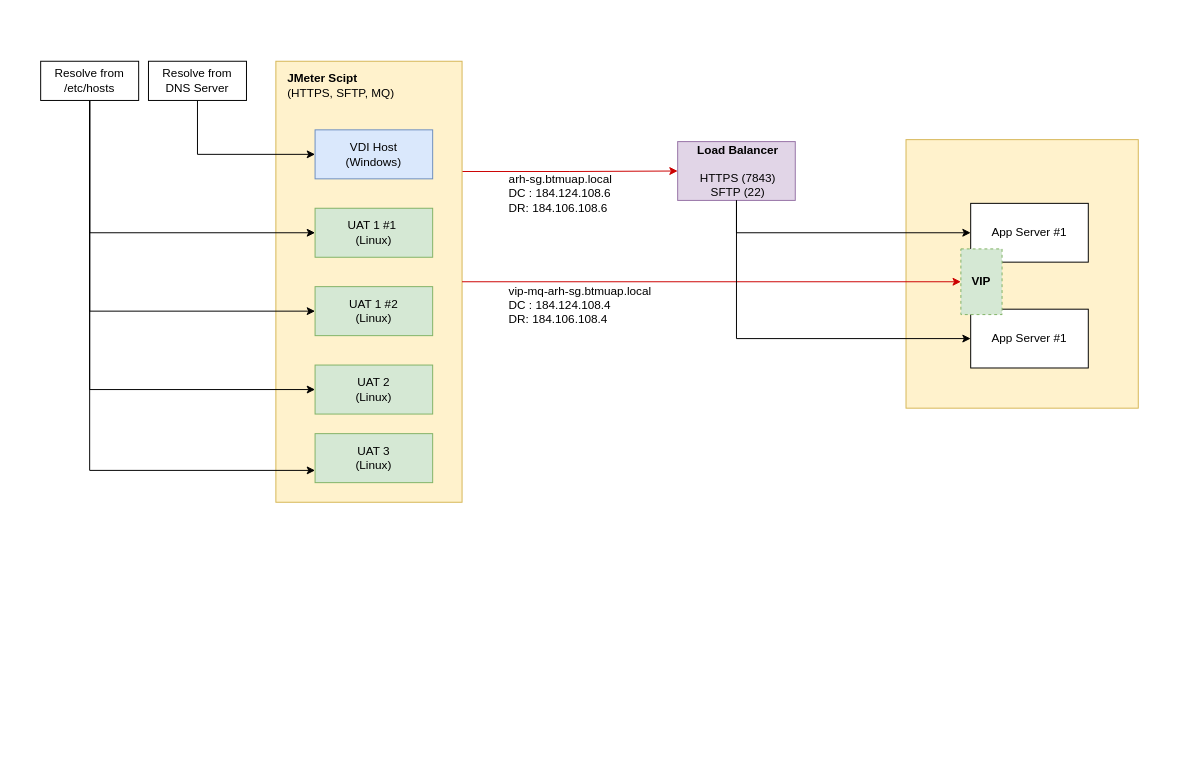
Before: Resiliance Test.drawio in m-arson/anko, a draw.io diagram. Source tidied: cells renumbered, new cells numbered last; positions are measured from the earlier drawing's top-left corner, leaving out a move shared by most shapes. Both pictures are drawn from the tidied source at 98%, with x=0, y=0 at pixel (40, 61).
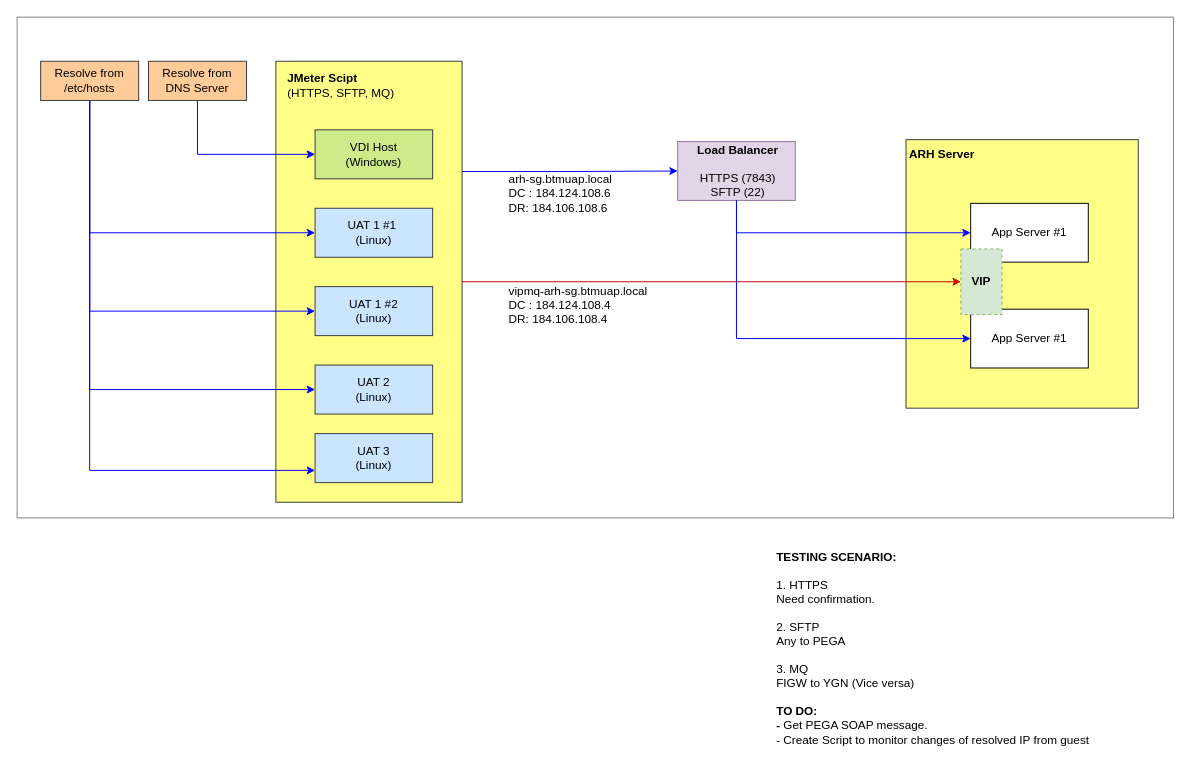
The same diagram, later.

The change refers to these unchanged cells:
```xml
<mxCell id="17" value="&lt;b&gt;&amp;nbsp;Load Balancer&lt;/b&gt;&lt;div&gt;&lt;b&gt;&lt;br&gt;&lt;/b&gt;&lt;div&gt;&lt;div&gt;&amp;nbsp;HTTPS (7843)&lt;/div&gt;&lt;div&gt;&amp;nbsp;SFTP (22&lt;span style=&quot;background-color: transparent; color: light-dark(rgb(0, 0, 0), rgb(255, 255, 255));&quot;&gt;)&lt;/span&gt;&lt;/div&gt;&lt;/div&gt;&lt;/div&gt;" style="rounded=0;whiteSpace=wrap;html=1;align=center;fillColor=#e1d5e7;strokeColor=#9673a6;" parent="1" vertex="1">
  <mxGeometry x="650" y="82" width="120" height="60" as="geometry" />
</mxCell>
<mxCell id="20" value="App Server #1" style="rounded=0;whiteSpace=wrap;html=1;" parent="1" vertex="1">
  <mxGeometry x="949" y="145" width="120" height="60" as="geometry" />
</mxCell>
<mxCell id="21" value="App Server #1" style="rounded=0;whiteSpace=wrap;html=1;" parent="1" vertex="1">
  <mxGeometry x="949" y="253" width="120" height="60" as="geometry" />
</mxCell>
```

The edit, as a diff of the source:
```diff
@@
+    <mxCell id="27" style="rounded=0;whiteSpace=wrap;html=1;strokeColor=#808080;" parent="1" vertex="1">
+      <mxGeometry x="-24" y="-45" width="1180" height="511" as="geometry" />
+    </mxCell>
-    <mxCell id="2" style="edgeStyle=orthogonalEdgeStyle;rounded=0;jettySize=auto;html=1;exitX=1;exitY=0.25;exitDx=0;exitDy=0;entryX=0;entryY=0.5;entryDx=0;entryDy=0;strokeColor=#CC0000;" parent="1" edge="1" source="3" target="17">
+    <mxCell id="2" style="edgeStyle=orthogonalEdgeStyle;rounded=0;jettySize=auto;html=1;exitX=1;exitY=0.25;exitDx=0;exitDy=0;entryX=0;entryY=0.5;entryDx=0;entryDy=0;strokeColor=#0000FF;" parent="1" edge="1" source="3" target="17">
       <mxGeometry relative="1" as="geometry" />
     </mxCell>
-    <mxCell id="3" style="rounded=0;whiteSpace=wrap;html=1;fillColor=#fff2cc;strokeColor=#d6b656;" parent="1" vertex="1">
+    <mxCell id="3" style="rounded=0;whiteSpace=wrap;html=1;fillColor=#ffff88;strokeColor=#36393d;" parent="1" vertex="1">
       <mxGeometry x="240" width="190" height="450" as="geometry" />
     </mxCell>
-    <mxCell id="4" value="VDI Host&lt;div&gt;(Windows&lt;span style=&quot;background-color: transparent; color: light-dark(rgb(0, 0, 0), rgb(255, 255, 255));&quot;&gt;)&lt;/span&gt;&lt;/div&gt;" style="rounded=0;whiteSpace=wrap;html=1;fillColor=#dae8fc;strokeColor=#6c8ebf;" parent="1" vertex="1">
+    <mxCell id="4" value="VDI Host&lt;div&gt;(Windows&lt;span style=&quot;background-color: transparent; color: light-dark(rgb(0, 0, 0), rgb(255, 255, 255));&quot;&gt;)&lt;/span&gt;&lt;/div&gt;" style="rounded=0;whiteSpace=wrap;html=1;fillColor=#cdeb8b;strokeColor=#36393d;" parent="1" vertex="1">
       <mxGeometry x="280" y="70" width="120" height="50" as="geometry" />
     </mxCell>
-    <mxCell id="5" value="UAT 1 #1&amp;nbsp;&lt;div&gt;(&lt;span style=&quot;background-color: transparent; color: light-dark(rgb(0, 0, 0), rgb(255, 255, 255));&quot;&gt;Linux)&lt;/span&gt;&lt;/div&gt;" style="rounded=0;whiteSpace=wrap;html=1;fillColor=#d5e8d4;strokeColor=#82b366;" parent="1" vertex="1">
+    <mxCell id="5" value="UAT 1 #1&amp;nbsp;&lt;div&gt;(&lt;span style=&quot;background-color: transparent; color: light-dark(rgb(0, 0, 0), rgb(255, 255, 255));&quot;&gt;Linux)&lt;/span&gt;&lt;/div&gt;" style="rounded=0;whiteSpace=wrap;html=1;fillColor=#cce5ff;strokeColor=#36393d;" parent="1" vertex="1">
       <mxGeometry x="280" y="150" width="120" height="50" as="geometry" />
     </mxCell>
-    <mxCell id="6" value="UAT 1 #2&lt;div&gt;(Linux)&lt;/div&gt;" style="rounded=0;whiteSpace=wrap;html=1;fillColor=#d5e8d4;strokeColor=#82b366;" parent="1" vertex="1">
+    <mxCell id="6" value="UAT 1 #2&lt;div&gt;(Linux)&lt;/div&gt;" style="rounded=0;whiteSpace=wrap;html=1;fillColor=#cce5ff;strokeColor=#36393d;" parent="1" vertex="1">
       <mxGeometry x="280" y="230" width="120" height="50" as="geometry" />
     </mxCell>
-    <mxCell id="7" value="UAT 2&lt;div&gt;(Linux)&lt;/div&gt;" style="rounded=0;whiteSpace=wrap;html=1;fillColor=#d5e8d4;strokeColor=#82b366;" parent="1" vertex="1">
+    <mxCell id="7" value="UAT 2&lt;div&gt;(Linux)&lt;/div&gt;" style="rounded=0;whiteSpace=wrap;html=1;fillColor=#cce5ff;strokeColor=#36393d;" parent="1" vertex="1">
       <mxGeometry x="280" y="310" width="120" height="50" as="geometry" />
     </mxCell>
-    <mxCell id="8" value="UAT 3&lt;div&gt;(Linux)&lt;/div&gt;" style="rounded=0;whiteSpace=wrap;html=1;fillColor=#d5e8d4;strokeColor=#82b366;" parent="1" vertex="1">
+    <mxCell id="8" value="UAT 3&lt;div&gt;(Linux)&lt;/div&gt;" style="rounded=0;whiteSpace=wrap;html=1;fillColor=#cce5ff;strokeColor=#36393d;" parent="1" vertex="1">
       <mxGeometry x="280" y="380" width="120" height="50" as="geometry" />
     </mxCell>
@@
-    <mxCell id="10" style="edgeStyle=orthogonalEdgeStyle;rounded=0;jettySize=auto;html=1;entryX=0;entryY=0.5;entryDx=0;entryDy=0;exitX=0.5;exitY=1;exitDx=0;exitDy=0;" parent="1" edge="1" source="11" target="4">
+    <mxCell id="10" style="edgeStyle=orthogonalEdgeStyle;rounded=0;jettySize=auto;html=1;entryX=0;entryY=0.5;entryDx=0;entryDy=0;exitX=0.5;exitY=1;exitDx=0;exitDy=0;strokeColor=#0000FF;" parent="1" edge="1" source="11" target="4">
       <mxGeometry relative="1" as="geometry" />
     </mxCell>
-    <mxCell id="11" value="&lt;div&gt;Resolve from&lt;/div&gt;DNS Server" style="rounded=0;whiteSpace=wrap;html=1;" parent="1" vertex="1">
+    <mxCell id="11" value="&lt;div&gt;Resolve from&lt;/div&gt;DNS Server" style="rounded=0;whiteSpace=wrap;html=1;fillColor=#ffcc99;strokeColor=#36393d;" parent="1" vertex="1">
       <mxGeometry x="110" width="100" height="40" as="geometry" />
     </mxCell>
-    <mxCell id="12" style="edgeStyle=orthogonalEdgeStyle;rounded=0;jettySize=auto;html=1;exitX=0.5;exitY=1;exitDx=0;exitDy=0;entryX=0;entryY=0.75;entryDx=0;entryDy=0;" parent="1" edge="1" source="16" target="8">
+    <mxCell id="12" style="edgeStyle=orthogonalEdgeStyle;rounded=0;jettySize=auto;html=1;exitX=0.5;exitY=1;exitDx=0;exitDy=0;entryX=0;entryY=0.75;entryDx=0;entryDy=0;strokeColor=#0000FF;" parent="1" edge="1" source="16" target="8">
       <mxGeometry relative="1" as="geometry" />
     </mxCell>
-    <mxCell id="13" style="edgeStyle=orthogonalEdgeStyle;rounded=0;jettySize=auto;html=1;exitX=0.5;exitY=1;exitDx=0;exitDy=0;entryX=0;entryY=0.5;entryDx=0;entryDy=0;" parent="1" edge="1" source="16" target="5">
+    <mxCell id="13" style="edgeStyle=orthogonalEdgeStyle;rounded=0;jettySize=auto;html=1;exitX=0.5;exitY=1;exitDx=0;exitDy=0;entryX=0;entryY=0.5;entryDx=0;entryDy=0;strokeColor=#0000FF;" parent="1" edge="1" source="16" target="5">
       <mxGeometry relative="1" as="geometry" />
     </mxCell>
-    <mxCell id="14" style="edgeStyle=orthogonalEdgeStyle;rounded=0;jettySize=auto;html=1;exitX=0.5;exitY=1;exitDx=0;exitDy=0;entryX=0;entryY=0.5;entryDx=0;entryDy=0;" parent="1" edge="1" source="16" target="6">
+    <mxCell id="14" style="edgeStyle=orthogonalEdgeStyle;rounded=0;jettySize=auto;html=1;exitX=0.5;exitY=1;exitDx=0;exitDy=0;entryX=0;entryY=0.5;entryDx=0;entryDy=0;strokeColor=#0000FF;" parent="1" edge="1" source="16" target="6">
       <mxGeometry relative="1" as="geometry" />
     </mxCell>
-    <mxCell id="15" style="edgeStyle=orthogonalEdgeStyle;rounded=0;jettySize=auto;html=1;exitX=0.5;exitY=1;exitDx=0;exitDy=0;entryX=0;entryY=0.5;entryDx=0;entryDy=0;" parent="1" edge="1" source="16" target="7">
+    <mxCell id="15" style="edgeStyle=orthogonalEdgeStyle;rounded=0;jettySize=auto;html=1;exitX=0.5;exitY=1;exitDx=0;exitDy=0;entryX=0;entryY=0.5;entryDx=0;entryDy=0;strokeColor=#0000FF;" parent="1" edge="1" source="16" target="7">
       <mxGeometry relative="1" as="geometry" />
     </mxCell>
-    <mxCell id="16" value="Resolve from /etc/hosts" style="rounded=0;whiteSpace=wrap;html=1;" parent="1" vertex="1">
+    <mxCell id="16" value="Resolve from /etc/hosts" style="rounded=0;whiteSpace=wrap;html=1;fillColor=#ffcc99;strokeColor=#36393d;" parent="1" vertex="1">
       <mxGeometry width="100" height="40" as="geometry" />
     </mxCell>
@@
-    <mxCell id="19" style="rounded=0;whiteSpace=wrap;html=1;fillColor=#fff2cc;strokeColor=#d6b656;" parent="1" vertex="1">
+    <mxCell id="19" style="rounded=0;whiteSpace=wrap;html=1;fillColor=#ffff88;strokeColor=#36393d;" parent="1" vertex="1">
       <mxGeometry x="883" y="80" width="237" height="274" as="geometry" />
     </mxCell>
@@
-    <mxCell id="24" style="edgeStyle=orthogonalEdgeStyle;rounded=0;jettySize=auto;html=1;entryX=0;entryY=0.5;entryDx=0;entryDy=0;exitX=0.5;exitY=1;exitDx=0;exitDy=0;" parent="1" edge="1" source="17" target="20">
+    <mxCell id="24" style="edgeStyle=orthogonalEdgeStyle;rounded=0;jettySize=auto;html=1;entryX=0;entryY=0.5;entryDx=0;entryDy=0;exitX=0.5;exitY=1;exitDx=0;exitDy=0;strokeColor=#0000FF;" parent="1" edge="1" source="17" target="20">
       <mxGeometry relative="1" as="geometry" />
     </mxCell>
-    <mxCell id="25" style="edgeStyle=orthogonalEdgeStyle;rounded=0;jettySize=auto;html=1;exitX=0.5;exitY=1;exitDx=0;exitDy=0;entryX=0;entryY=0.5;entryDx=0;entryDy=0;" parent="1" edge="1" source="17" target="21">
+    <mxCell id="25" style="edgeStyle=orthogonalEdgeStyle;rounded=0;jettySize=auto;html=1;exitX=0.5;exitY=1;exitDx=0;exitDy=0;entryX=0;entryY=0.5;entryDx=0;entryDy=0;strokeColor=#0000FF;" parent="1" edge="1" source="17" target="21">
       <mxGeometry relative="1" as="geometry" />
     </mxCell>
-    <mxCell id="26" value="vip-mq-arh-sg.btmuap.local&lt;br&gt;DC : 184.124.108.4&lt;br&gt;DR: 184.106.108.4" style="text;html=1;align=left;verticalAlign=middle;whiteSpace=wrap;rounded=0;" parent="1" vertex="1">
+    <mxCell id="26" value="vipmq-arh-sg.btmuap.local&lt;br&gt;DC : 184.124.108.4&lt;br&gt;DR: 184.106.108.4" style="text;html=1;align=left;verticalAlign=middle;whiteSpace=wrap;rounded=0;" parent="1" vertex="1">
       <mxGeometry x="475.5" y="234" width="155" height="30" as="geometry" />
     </mxCell>
+    <mxCell id="28" value="&lt;b&gt;ARH Server&lt;/b&gt;" style="text;html=1;align=center;verticalAlign=middle;whiteSpace=wrap;rounded=0;" parent="1" vertex="1">
+      <mxGeometry x="880" y="80" width="80" height="30" as="geometry" />
+    </mxCell>
+    <mxCell id="29" value="&lt;b&gt;TESTING SCENARIO:&lt;/b&gt;&lt;div&gt;&lt;br&gt;&lt;/div&gt;&lt;div&gt;1. HTTPS&lt;/div&gt;&lt;div&gt;Need confirmation.&lt;/div&gt;&lt;div&gt;&lt;br&gt;&lt;/div&gt;&lt;div&gt;2. SFTP&lt;/div&gt;&lt;div&gt;Any to PEGA&lt;/div&gt;&lt;div&gt;&lt;br&gt;&lt;/div&gt;&lt;div&gt;3. MQ&lt;br&gt;&lt;div&gt;FIGW to YGN (Vice versa)&lt;/div&gt;&lt;div&gt;&lt;b&gt;&lt;br&gt;&lt;/b&gt;&lt;/div&gt;&lt;div&gt;&lt;b&gt;TO DO:&lt;/b&gt;&lt;/div&gt;&lt;/div&gt;&lt;div&gt;&lt;b&gt;- &lt;/b&gt;Get PEGA SOAP message.&lt;/div&gt;&lt;div&gt;- Create Script to monitor changes of resolved IP from guest&lt;/div&gt;" style="text;html=1;align=left;verticalAlign=middle;whiteSpace=wrap;rounded=0;" parent="1" vertex="1">
+      <mxGeometry x="749" y="479" width="407" height="240" as="geometry" />
+    </mxCell>
```
